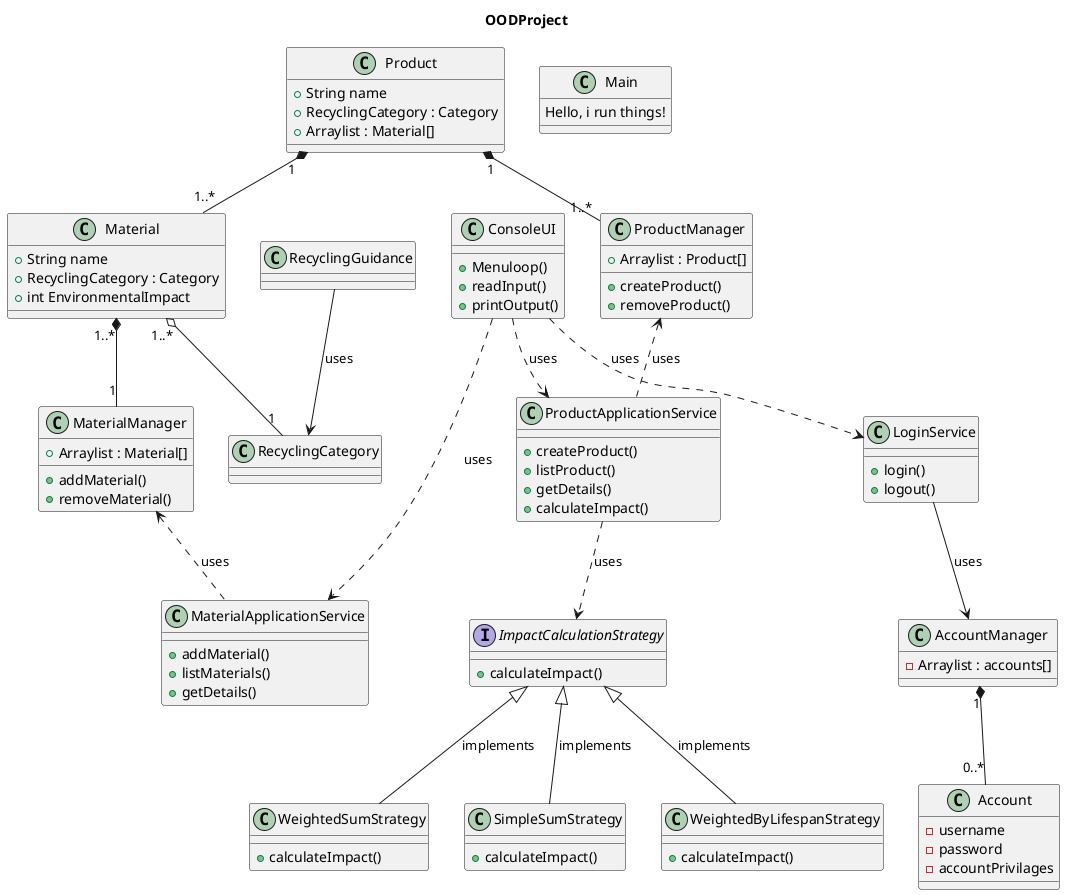
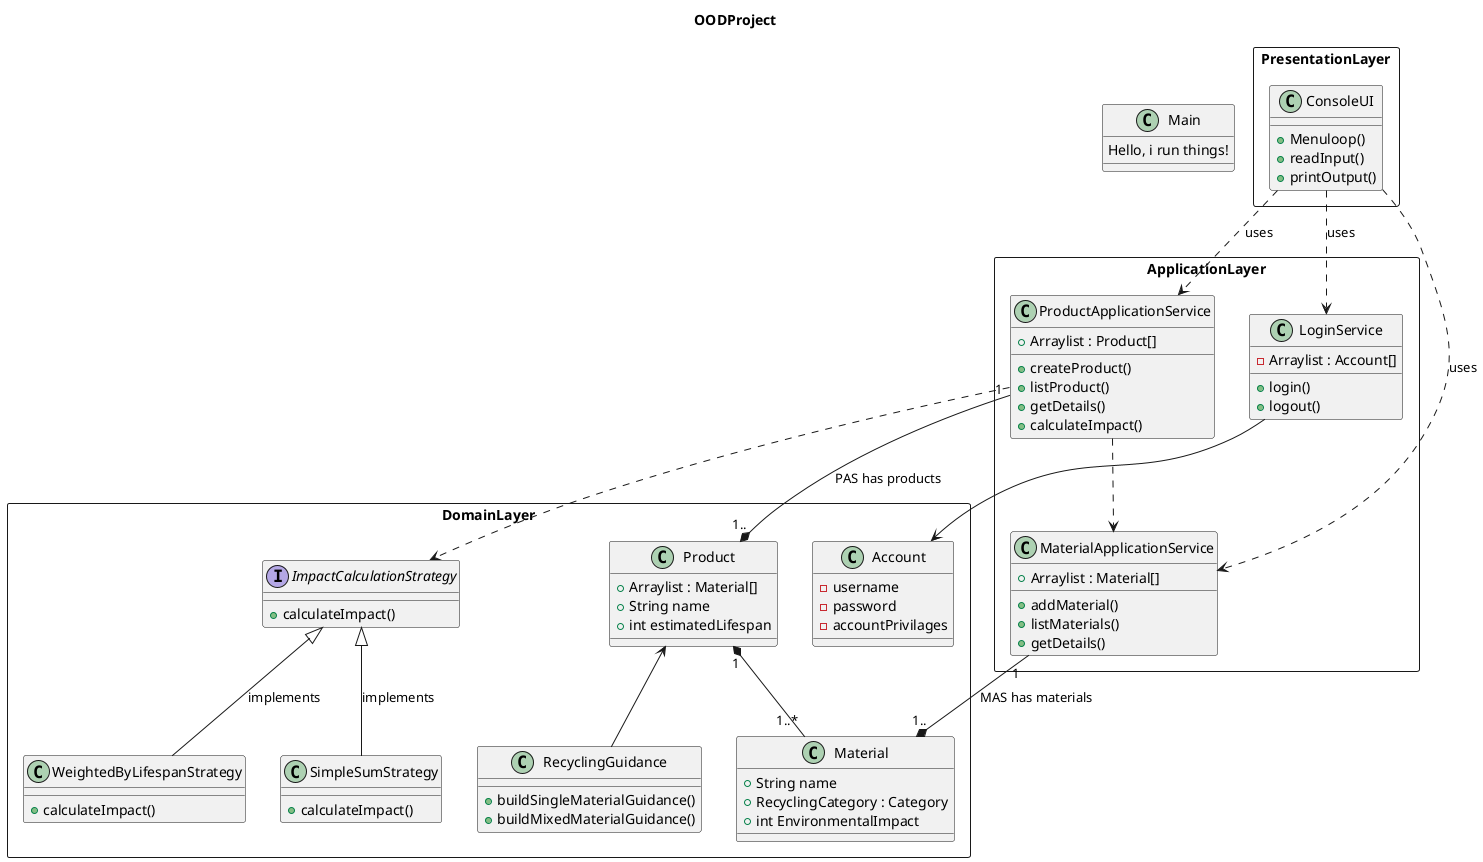
@startuml OODProject
title OODProject

+ Class Main {
+     Hello, i run things!
+ 
+ }
+ rectangle PresentationLayer {
Class ConsoleUI {
   + Menuloop()
   + readInput()
   + printOutput()

}
+ }
+ rectangle ApplicationLayer {
+ Class ProductApplicationService {
+     + Arraylist : Product[]
+     + createProduct()
+     + listProduct()
+     + getDetails()
+     + calculateImpact()

- Class Main {
-     Hello, i run things!
+ }
+ 
+ 
+ Class LoginService {
+     - Arraylist : Account[]
+     + login()
+     + logout()
+ 
+ }
+ Class MaterialApplicationService {
+     + Arraylist : Material[]
+     + addMaterial()
+     + listMaterials()
+     + getDetails()
+ 
+ }
+ }
+ 
+ rectangle DomainLayer {
+ Class Account {
+     - username
+     - password
+     - accountPrivilages

}

Class Material {
   + String name
   + RecyclingCategory : Category
   + int EnvironmentalImpact

}

- Class MaterialManager {
+ Class Product {
    + Arraylist : Material[]
-     + addMaterial()
-     + removeMaterial()
- 
- }
- 
- Class MaterialApplicationService {
-     + addMaterial()
-     + listMaterials()
-     + getDetails()
- 
- }
- 
- 
- Class Product {
    + String name
-     + RecyclingCategory : Category
-     + Arraylist : Material[]
- 
- }
- 
- Class ProductManager {
-     + Arraylist : Product[]
-     + createProduct()
-     + removeProduct()
- 
- }
- 
- Class ProductApplicationService {
-     + createProduct()
-     + listProduct()
-     + getDetails()
-     + calculateImpact()
+     + int estimatedLifespan

}



Interface ImpactCalculationStrategy {
    + calculateImpact()
}

Class SimpleSumStrategy {
    + calculateImpact()


}

Class WeightedByLifespanStrategy {
    + calculateImpact()

}

- Class WeightedSumStrategy {
-     + calculateImpact()
+ 
+ Class RecyclingGuidance  {
+     + buildSingleMaterialGuidance()
+     + buildMixedMaterialGuidance()

}
- 
- Class RecyclingGuidance  {
- 
}

- Class RecyclingCategory {
+ ' Class AccountManager {
+ '     - Arraylist : accounts[]
+ '     + addAccount()
+ '     + removeAccount()

- }
+ ' }

- Class AccountManager {
-     - Arraylist : accounts[]
+ ' Class MaterialManager {
+ '     + Arraylist : Material[]
+ '     + addMaterial()
+ '     + removeMaterial()

- }
+ ' }

- Class Account {
-     - username
-     - password
-     - accountPrivilages
+ ' Class ProductManager {
+ '     + Arraylist : Product[]
+ '     + createProduct()
+ '     + removeProduct()

- }
+ ' }

- Class LoginService {
-     + login()
-     + logout()
- 
- }
- 
- ConsoleUI ..> LoginService : uses
ConsoleUI ..> ProductApplicationService : uses
ConsoleUI ..> MaterialApplicationService : uses
- MaterialManager <.. MaterialApplicationService : uses
- Product"1" *-- "1..*"Material
- Product"1" *-- "1..*"ProductManager
- ProductManager <.. ProductApplicationService : uses
- Material"1..*" *-- "1" MaterialManager
- LoginService --> AccountManager : uses
- AccountManager "1" *-- "0..*" Account
+ ConsoleUI ..> LoginService : uses
+ ProductApplicationService ..> MaterialApplicationService
+ ProductApplicationService"1" --* "1.." Product : PAS has products
+ MaterialApplicationService"1" --* "1.." Material : MAS has materials
ImpactCalculationStrategy <|-- SimpleSumStrategy : implements
ImpactCalculationStrategy <|-- WeightedByLifespanStrategy : implements
- ImpactCalculationStrategy <|-- WeightedSumStrategy : implements
- ProductApplicationService ..> ImpactCalculationStrategy : uses
- Material"1..*" o-- "1" RecyclingCategory
- RecyclingGuidance --> RecyclingCategory : uses
+ ProductApplicationService ..> ImpactCalculationStrategy
+ Product <-- RecyclingGuidance
+ LoginService --> Account
+ Product"1" *-- "1..*"Material
+ 
+ 
+ 
+ ' ConsoleUI ..> MaterialApplicationService : uses
+ ' MaterialManager <.. MaterialApplicationService : uses
+ ' Product"1" *-- "1..*"ProductManager
+ ' ProductManager <.. ProductApplicationService : uses
+ ' Material"1..*" *-- "1" MaterialManager
+ ' LoginService --> AccountManager : uses
+ ' AccountManager "1" *-- "0..*" Account
@enduml
